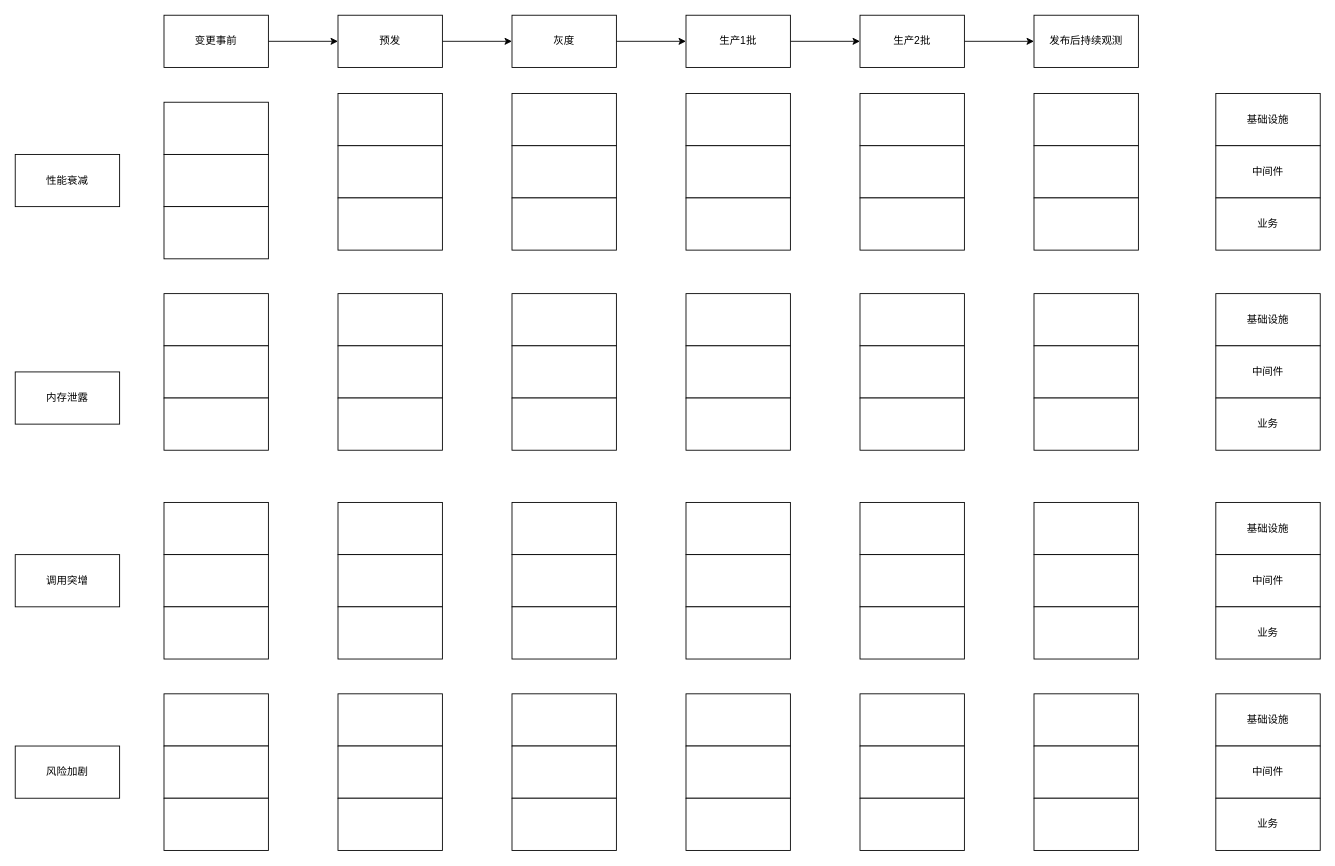
Earlier version of the draw.io diagram 蚂蚁金服/容量变更防御.drawio (frankneu/draw.io). Source tidied: cells renumbered, new cells numbered last; positions are measured from the earlier drawing's top-left corner, leaving out a move shared by most shapes. Both pictures are drawn from the tidied source at 87%, with x=0, y=0 at pixel (15, 15).
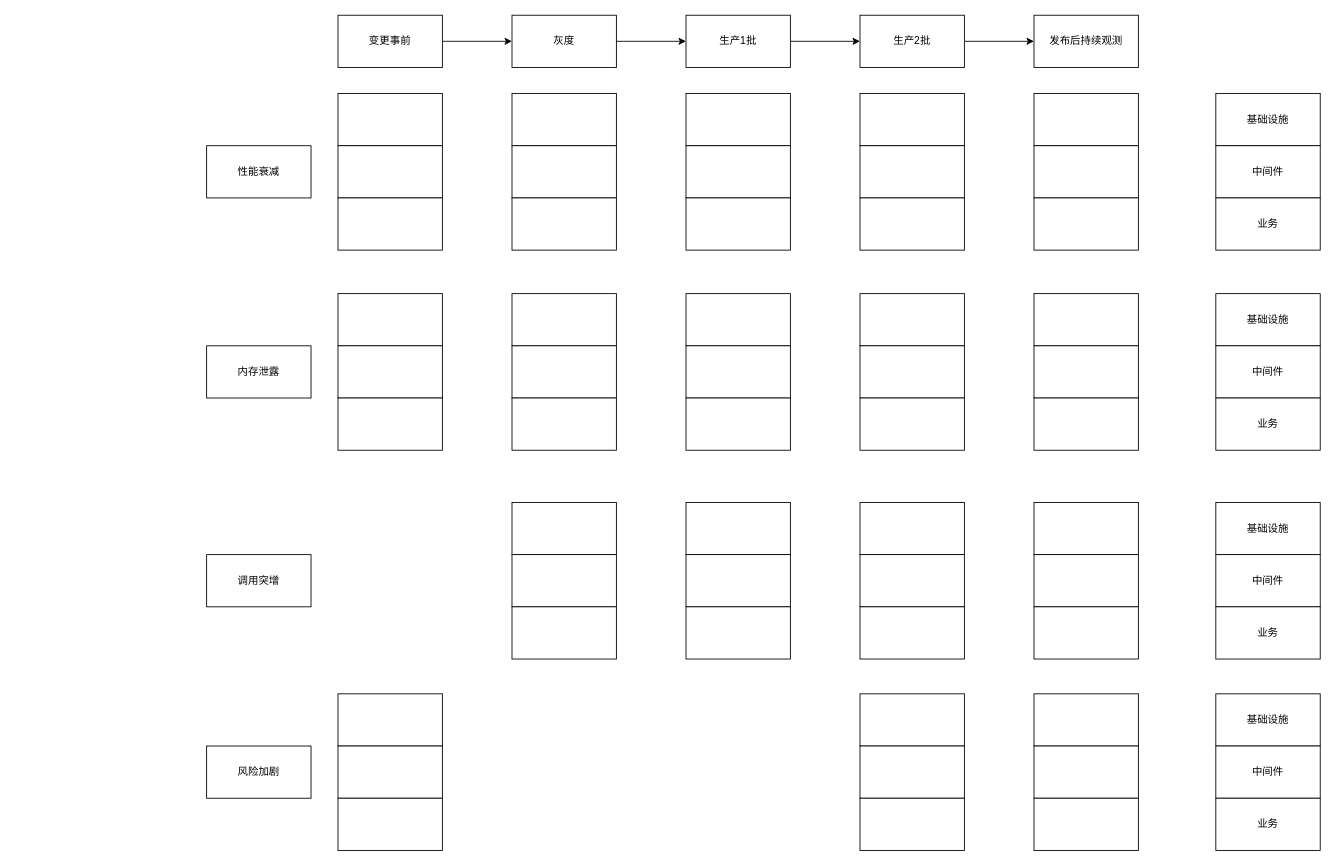
Above is the later version.

Commit message:
Update 容量变更防御.drawio

Unchanged cells that the change refers to:
```xml
<mxCell id="7" value="灰度" style="rounded=0;whiteSpace=wrap;html=1;" parent="1" vertex="1">
  <mxGeometry x="571" width="120" height="60" as="geometry" />
</mxCell>
```

What changed in the source:
```diff
@@
-    <mxCell id="2" style="edgeStyle=orthogonalEdgeStyle;rounded=0;jettySize=auto;html=1;" parent="1" edge="1" source="3" target="5">
-      <mxGeometry relative="1" as="geometry" />
-    </mxCell>
+    <mxCell id="101" style="edgeStyle=orthogonalEdgeStyle;rounded=0;jettySize=auto;html=1;exitX=1;exitY=0.5;exitDx=0;exitDy=0;entryX=0;entryY=0.5;entryDx=0;entryDy=0;" parent="1" edge="1" source="3" target="7">
+      <mxGeometry relative="1" as="geometry" />
+    </mxCell>
     <mxCell id="3" value="变更事前" style="rounded=0;whiteSpace=wrap;html=1;" parent="1" vertex="1">
-      <mxGeometry x="171" width="120" height="60" as="geometry" />
+      <mxGeometry x="371" width="120" height="60" as="geometry" />
     </mxCell>
-    <mxCell id="4" style="edgeStyle=orthogonalEdgeStyle;rounded=0;jettySize=auto;html=1;" parent="1" edge="1" source="5" target="7">
-      <mxGeometry relative="1" as="geometry" />
-    </mxCell>
-    <mxCell id="5" value="预发" style="rounded=0;whiteSpace=wrap;html=1;" parent="1" vertex="1">
-      <mxGeometry x="371" width="120" height="60" as="geometry" />
-    </mxCell>
@@
     <mxCell id="13" value="性能衰减" style="rounded=0;whiteSpace=wrap;html=1;" parent="1" vertex="1">
-      <mxGeometry y="160" width="120" height="60" as="geometry" />
+      <mxGeometry x="220" y="150" width="120" height="60" as="geometry" />
     </mxCell>
     <mxCell id="14" value="内存泄露" style="rounded=0;whiteSpace=wrap;html=1;" parent="1" vertex="1">
-      <mxGeometry y="410" width="120" height="60" as="geometry" />
+      <mxGeometry x="220" y="380" width="120" height="60" as="geometry" />
     </mxCell>
     <mxCell id="15" value="调用突增" style="rounded=0;whiteSpace=wrap;html=1;" parent="1" vertex="1">
-      <mxGeometry y="620" width="120" height="60" as="geometry" />
+      <mxGeometry x="220" y="620" width="120" height="60" as="geometry" />
     </mxCell>
-    <mxCell id="16" style="rounded=0;whiteSpace=wrap;html=1;" parent="1" vertex="1">
-      <mxGeometry x="171" y="100" width="120" height="60" as="geometry" />
-    </mxCell>
@@
-    <mxCell id="18" style="rounded=0;whiteSpace=wrap;html=1;" parent="1" vertex="1">
-      <mxGeometry x="171" y="160" width="120" height="60" as="geometry" />
-    </mxCell>
@@
-    <mxCell id="20" style="rounded=0;whiteSpace=wrap;html=1;" parent="1" vertex="1">
-      <mxGeometry x="171" y="220" width="120" height="60" as="geometry" />
-    </mxCell>
@@
     <mxCell id="22" value="风险加剧" style="rounded=0;whiteSpace=wrap;html=1;" parent="1" vertex="1">
-      <mxGeometry y="840" width="120" height="60" as="geometry" />
+      <mxGeometry x="220" y="840" width="120" height="60" as="geometry" />
     </mxCell>
@@
-    <mxCell id="38" style="rounded=0;whiteSpace=wrap;html=1;" parent="1" vertex="1">
-      <mxGeometry x="171" y="320" width="120" height="60" as="geometry" />
-    </mxCell>
-    <mxCell id="39" style="rounded=0;whiteSpace=wrap;html=1;" parent="1" vertex="1">
-      <mxGeometry x="171" y="380" width="120" height="60" as="geometry" />
-    </mxCell>
-    <mxCell id="40" style="rounded=0;whiteSpace=wrap;html=1;" parent="1" vertex="1">
-      <mxGeometry x="171" y="440" width="120" height="60" as="geometry" />
-    </mxCell>
@@
-    <mxCell id="56" style="rounded=0;whiteSpace=wrap;html=1;" parent="1" vertex="1">
-      <mxGeometry x="171" y="560" width="120" height="60" as="geometry" />
-    </mxCell>
-    <mxCell id="57" style="rounded=0;whiteSpace=wrap;html=1;" parent="1" vertex="1">
-      <mxGeometry x="171" y="620" width="120" height="60" as="geometry" />
-    </mxCell>
-    <mxCell id="58" style="rounded=0;whiteSpace=wrap;html=1;" parent="1" vertex="1">
-      <mxGeometry x="171" y="680" width="120" height="60" as="geometry" />
-    </mxCell>
-    <mxCell id="59" style="rounded=0;whiteSpace=wrap;html=1;" parent="1" vertex="1">
-      <mxGeometry x="371" y="560" width="120" height="60" as="geometry" />
-    </mxCell>
-    <mxCell id="60" style="rounded=0;whiteSpace=wrap;html=1;" parent="1" vertex="1">
-      <mxGeometry x="371" y="620" width="120" height="60" as="geometry" />
-    </mxCell>
-    <mxCell id="61" style="rounded=0;whiteSpace=wrap;html=1;" parent="1" vertex="1">
-      <mxGeometry x="371" y="680" width="120" height="60" as="geometry" />
-    </mxCell>
@@
-    <mxCell id="74" style="rounded=0;whiteSpace=wrap;html=1;" parent="1" vertex="1">
-      <mxGeometry x="171" y="780" width="120" height="60" as="geometry" />
-    </mxCell>
-    <mxCell id="75" style="rounded=0;whiteSpace=wrap;html=1;" parent="1" vertex="1">
-      <mxGeometry x="171" y="840" width="120" height="60" as="geometry" />
-    </mxCell>
-    <mxCell id="76" style="rounded=0;whiteSpace=wrap;html=1;" parent="1" vertex="1">
-      <mxGeometry x="171" y="900" width="120" height="60" as="geometry" />
-    </mxCell>
@@
-    <mxCell id="80" style="rounded=0;whiteSpace=wrap;html=1;" parent="1" vertex="1">
-      <mxGeometry x="571" y="780" width="120" height="60" as="geometry" />
-    </mxCell>
-    <mxCell id="81" style="rounded=0;whiteSpace=wrap;html=1;" parent="1" vertex="1">
-      <mxGeometry x="571" y="840" width="120" height="60" as="geometry" />
-    </mxCell>
-    <mxCell id="82" style="rounded=0;whiteSpace=wrap;html=1;" parent="1" vertex="1">
-      <mxGeometry x="571" y="900" width="120" height="60" as="geometry" />
-    </mxCell>
-    <mxCell id="83" style="rounded=0;whiteSpace=wrap;html=1;" parent="1" vertex="1">
-      <mxGeometry x="771" y="780" width="120" height="60" as="geometry" />
-    </mxCell>
-    <mxCell id="84" style="rounded=0;whiteSpace=wrap;html=1;" parent="1" vertex="1">
-      <mxGeometry x="771" y="840" width="120" height="60" as="geometry" />
-    </mxCell>
-    <mxCell id="85" style="rounded=0;whiteSpace=wrap;html=1;" parent="1" vertex="1">
-      <mxGeometry x="771" y="900" width="120" height="60" as="geometry" />
-    </mxCell>
```
